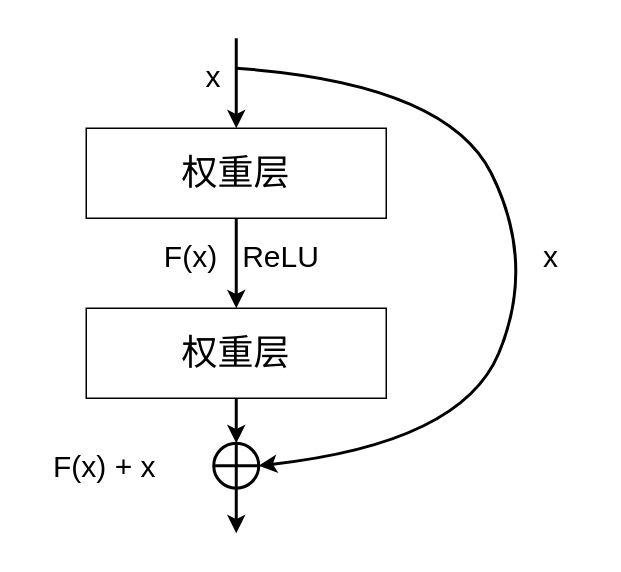
Above: ResNet.drawio in Zhou-AY/hello-world (draw.io), before the change. Source tidied: cells renumbered, new cells numbered last; positions are measured from the earlier drawing's top-left corner, leaving out a move shared by most shapes. Both pictures are drawn from the tidied source at 150%, with x=0, y=0 at pixel (40, 38).
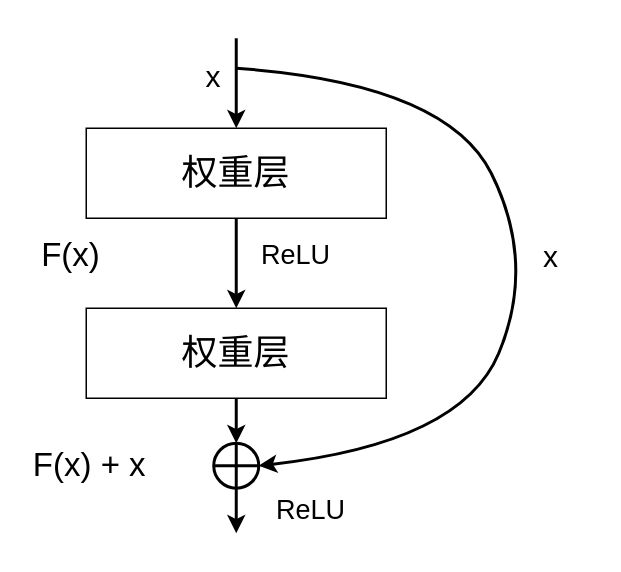
After the change.

Diff of the diagram source:
```diff
@@
-    <mxCell id="6" value="&lt;font style=&quot;font-size: 20px;&quot;&gt;ReLU&lt;/font&gt;" style="text;html=1;strokeColor=none;fillColor=none;align=center;verticalAlign=middle;whiteSpace=wrap;rounded=0;" parent="1" vertex="1">
-      <mxGeometry x="130" y="130" width="60" height="30" as="geometry" />
+    <mxCell id="6" value="&lt;font style=&quot;font-size: 18px;&quot;&gt;ReLU&lt;/font&gt;" style="text;html=1;strokeColor=none;fillColor=none;align=center;verticalAlign=middle;whiteSpace=wrap;rounded=0;" parent="1" vertex="1">
+      <mxGeometry x="140" y="130" width="60" height="30" as="geometry" />
     </mxCell>
@@
-    <mxCell id="13" value="&lt;font style=&quot;font-size: 20px;&quot;&gt;F(x)&lt;/font&gt;" style="text;html=1;strokeColor=none;fillColor=none;align=center;verticalAlign=middle;whiteSpace=wrap;rounded=0;" parent="1" vertex="1">
-      <mxGeometry x="70" y="130" width="60" height="30" as="geometry" />
+    <mxCell id="13" value="&lt;font style=&quot;font-size: 22px;&quot;&gt;F(x)&lt;/font&gt;" style="text;html=1;strokeColor=none;fillColor=none;align=center;verticalAlign=middle;whiteSpace=wrap;rounded=0;" parent="1" vertex="1">
+      <mxGeometry x="-10" y="130" width="60" height="30" as="geometry" />
     </mxCell>
-    <mxCell id="14" value="&lt;font style=&quot;font-size: 20px;&quot;&gt;F(x) + x&lt;/font&gt;" style="text;html=1;strokeColor=none;fillColor=none;align=center;verticalAlign=middle;whiteSpace=wrap;rounded=0;" parent="1" vertex="1">
-      <mxGeometry y="270" width="85" height="30" as="geometry" />
+    <mxCell id="14" value="&lt;font style=&quot;font-size: 22px;&quot;&gt;F(x) + x&lt;/font&gt;" style="text;html=1;strokeColor=none;fillColor=none;align=center;verticalAlign=middle;whiteSpace=wrap;rounded=0;" parent="1" vertex="1">
+      <mxGeometry x="-10" y="270" width="85" height="30" as="geometry" />
     </mxCell>
+    <mxCell id="15" value="&lt;font style=&quot;font-size: 18px;&quot;&gt;ReLU&lt;/font&gt;" style="text;html=1;strokeColor=none;fillColor=none;align=center;verticalAlign=middle;whiteSpace=wrap;rounded=0;" parent="1" vertex="1">
+      <mxGeometry x="150" y="300" width="60" height="30" as="geometry" />
+    </mxCell>
```
